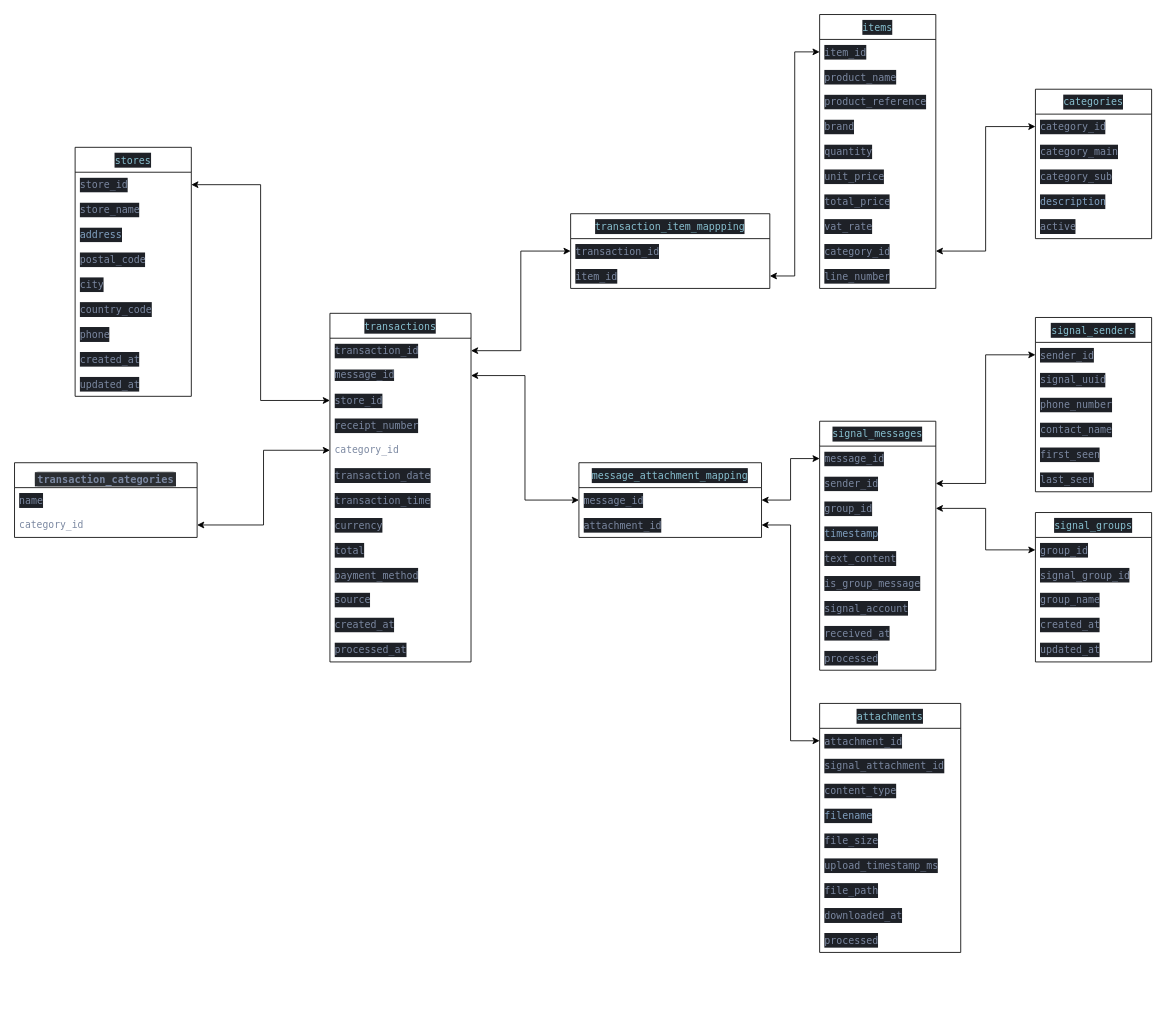
The draw.io diagram pg/data_model.drawio in MiletoCarmelo/TickApp, before the edit. Source tidied: cells renumbered, new cells numbered last; positions are measured from the earlier drawing's top-left corner, leaving out a move shared by most shapes. Both pictures are drawn from the tidied source at 83%, with x=0, y=0 at pixel (14, 14).
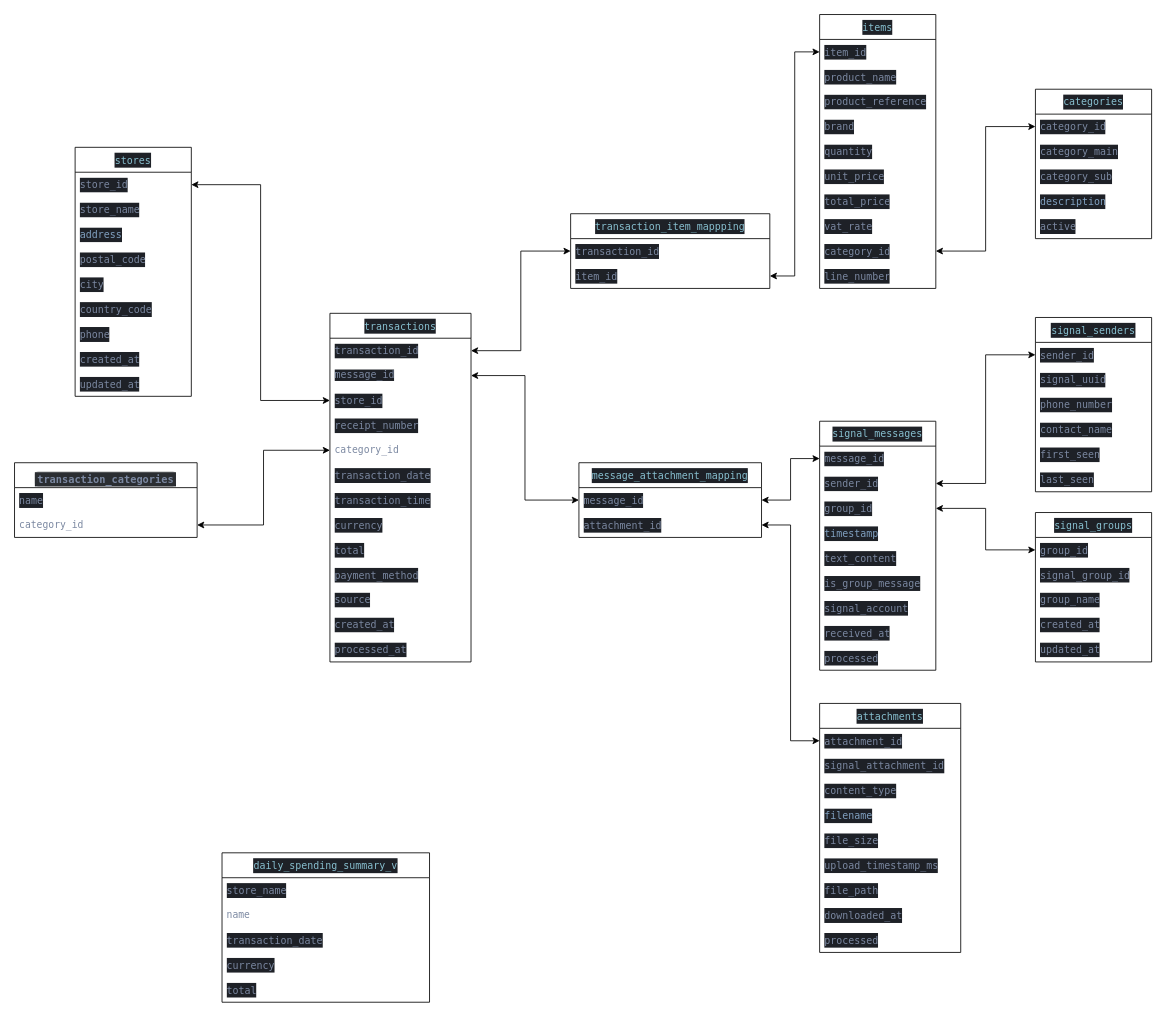
After the change.

What changed in the source:
```diff
@@
+    <mxCell id="97" value="&lt;div style=&quot;color: #7b88a1;background-color: #1e2127;font-family: Menlo, Monaco, 'Courier New', monospace;font-weight: normal;font-size: 12px;line-height: 18px;white-space: pre;&quot;&gt;&lt;div&gt;&lt;span style=&quot;color: #88c0d0;&quot;&gt;daily_spending_summary_v&lt;/span&gt;&lt;/div&gt;&lt;/div&gt;" style="swimlane;fontStyle=0;horizontal=1;startSize=30;whiteSpace=wrap;html=1;" parent="1" vertex="1">
+      <mxGeometry x="250" y="1010" width="250" height="180" as="geometry" />
+    </mxCell>
+    <mxCell id="98" value="&lt;div style=&quot;color: #7b88a1;background-color: #1e2127;font-family: Menlo, Monaco, 'Courier New', monospace;font-weight: normal;font-size: 12px;line-height: 18px;white-space: pre;&quot;&gt;&lt;div&gt;&lt;span style=&quot;color: #7b88a1;&quot;&gt;store_name&lt;/span&gt;&lt;/div&gt;&lt;/div&gt;" style="text;strokeColor=none;fillColor=none;align=left;verticalAlign=middle;spacingLeft=4;spacingRight=4;overflow=hidden;whiteSpace=wrap;html=1;" parent="97" vertex="1">
+      <mxGeometry y="30" width="250" height="30" as="geometry" />
+    </mxCell>
+    <mxCell id="99" value="&lt;span style=&quot;animation: 0.25s ease 0s 1 normal none running fade-in; color: rgb(123, 136, 161); font-family: Menlo, Monaco, &amp;quot;Courier New&amp;quot;, monospace, Menlo, Monaco, &amp;quot;Courier New&amp;quot;, monospace; font-size: 11.7px;&quot;&gt;name&lt;/span&gt;" style="text;strokeColor=none;fillColor=none;align=left;verticalAlign=middle;spacingLeft=4;spacingRight=4;overflow=hidden;whiteSpace=wrap;html=1;" parent="97" vertex="1">
+      <mxGeometry y="60" width="250" height="30" as="geometry" />
+    </mxCell>
+    <mxCell id="100" value="&lt;div style=&quot;color: #7b88a1;background-color: #1e2127;font-family: Menlo, Monaco, 'Courier New', monospace;font-weight: normal;font-size: 12px;line-height: 18px;white-space: pre;&quot;&gt;&lt;div&gt;&lt;span style=&quot;color: #7b88a1;&quot;&gt;transaction_date&lt;/span&gt;&lt;/div&gt;&lt;/div&gt;" style="text;strokeColor=none;fillColor=none;align=left;verticalAlign=middle;spacingLeft=4;spacingRight=4;overflow=hidden;whiteSpace=wrap;html=1;" parent="97" vertex="1">
+      <mxGeometry y="90" width="250" height="30" as="geometry" />
+    </mxCell>
+    <mxCell id="101" value="&lt;div style=&quot;color: #7b88a1;background-color: #1e2127;font-family: Menlo, Monaco, 'Courier New', monospace;font-weight: normal;font-size: 12px;line-height: 18px;white-space: pre;&quot;&gt;&lt;div&gt;&lt;span style=&quot;color: #7b88a1;&quot;&gt;currency&lt;/span&gt;&lt;/div&gt;&lt;/div&gt;" style="text;strokeColor=none;fillColor=none;align=left;verticalAlign=middle;spacingLeft=4;spacingRight=4;overflow=hidden;whiteSpace=wrap;html=1;" parent="97" vertex="1">
+      <mxGeometry y="120" width="250" height="30" as="geometry" />
+    </mxCell>
+    <mxCell id="102" value="&lt;div style=&quot;color: #7b88a1;background-color: #1e2127;font-family: Menlo, Monaco, 'Courier New', monospace;font-weight: normal;font-size: 12px;line-height: 18px;white-space: pre;&quot;&gt;&lt;div&gt;&lt;span style=&quot;color: #7b88a1;&quot;&gt;total&lt;/span&gt;&lt;/div&gt;&lt;/div&gt;" style="text;strokeColor=none;fillColor=none;align=left;verticalAlign=middle;spacingLeft=4;spacingRight=4;overflow=hidden;whiteSpace=wrap;html=1;" parent="97" vertex="1">
+      <mxGeometry y="150" width="250" height="30" as="geometry" />
+    </mxCell>
+    <mxCell id="103" style="edgeStyle=orthogonalEdgeStyle;rounded=0;orthogonalLoop=1;jettySize=auto;html=1;exitX=1;exitY=0.5;exitDx=0;exitDy=0;" parent="97" edge="1">
+      <mxGeometry relative="1" as="geometry">
+        <mxPoint x="170" y="135" as="sourcePoint" />
+        <mxPoint x="170" y="135" as="targetPoint" />
+      </mxGeometry>
+    </mxCell>
```
